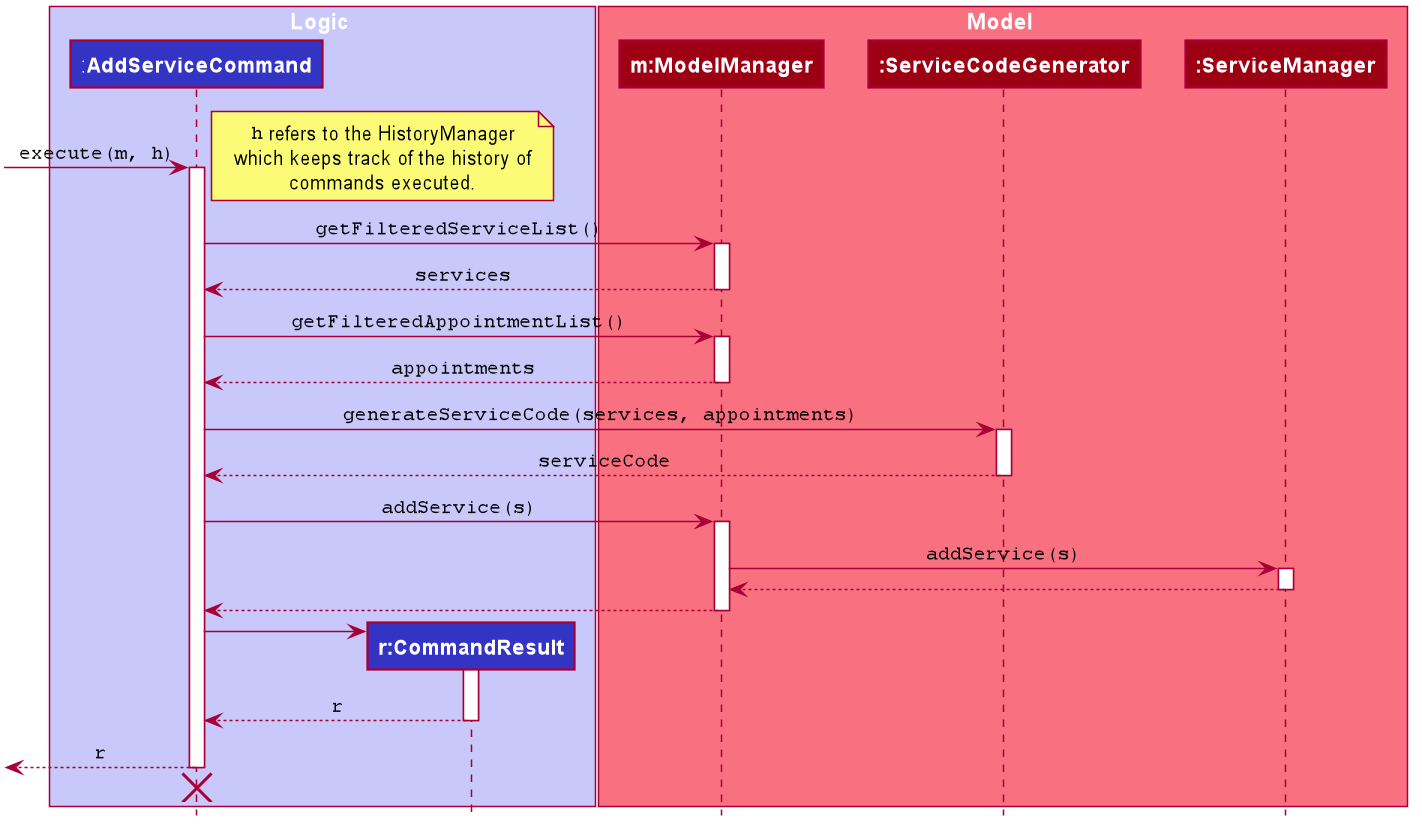
The PlantUML diagram docs/images/AddServiceSequenceDiagram.png in yanlynnnnn/tp, before a commit.
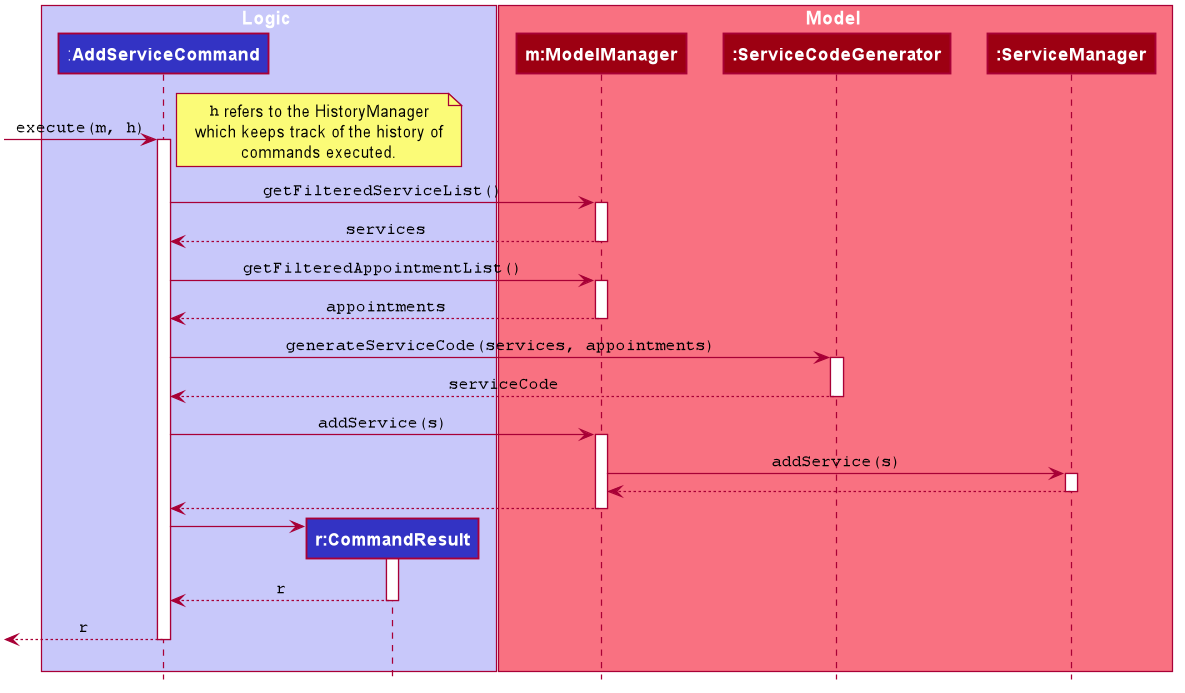
The same diagram one commit later.

Change to the diagram source:
```diff
@@ -79,7 +79,6 @@
 activate ModelManager
 AddServiceCommand <-- ModelManager: ""appointments""
 deactivate ModelManager
-
 AddServiceCommand -> ServiceCodeGenerator: ""generateServiceCode(services, appointments)""
 
 activate ServiceCodeGenerator
@@ -109,6 +108,5 @@
 deactivate AddServiceCommand
 
 AddServiceCommand -[hidden]> CommandResult
-destroy AddServiceCommand
 
 @enduml
```
